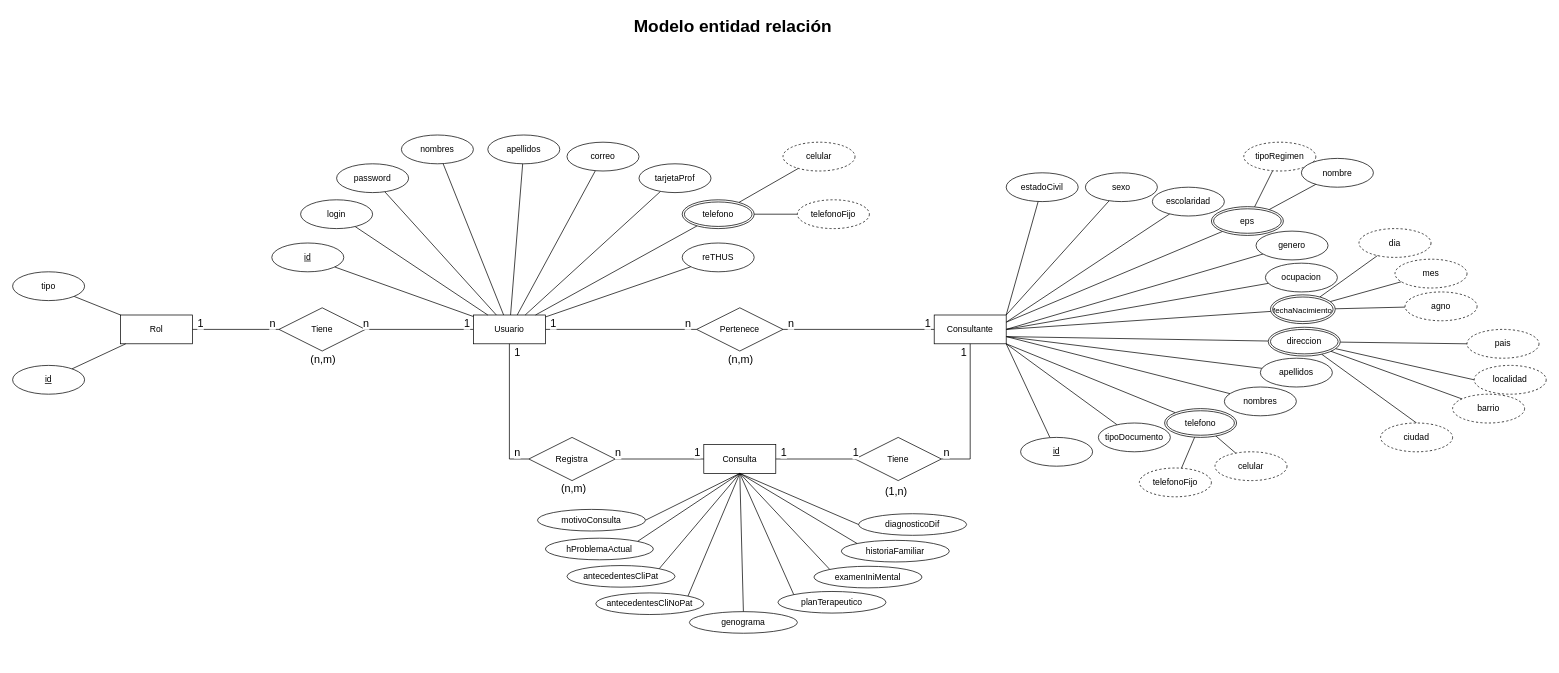
Above: page "D. Entidad Relación" (2 of 12) of Diagramas/Untitled Diagram.drawio in barloff2/Diagramas (draw.io), before the change. Source tidied: cells renumbered, new cells numbered last; positions are measured from the earlier drawing's top-left corner, leaving out a move shared by most shapes. Both pictures are drawn from the tidied source at 72%, with x=0, y=0 at pixel (12, 12).
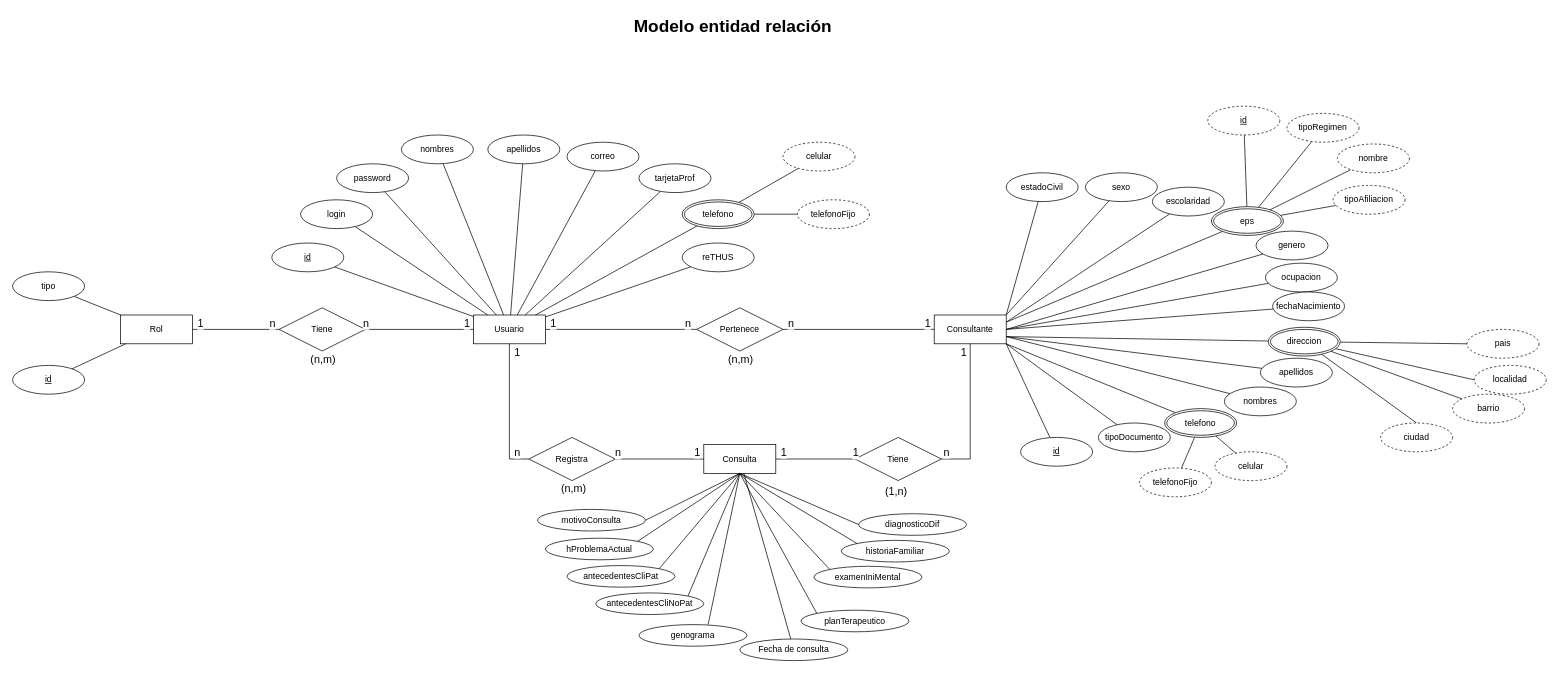
After the change.

Commit message:
quitando fecha

The change refers to these unchanged cells:
```xml
<mxCell id="69" value="eps" style="ellipse;shape=doubleEllipse;margin=3;whiteSpace=wrap;html=1;align=center;fontSize=12;" parent="1" vertex="1">
  <mxGeometry x="1665" y="269.5" width="100" height="40" as="geometry" />
</mxCell>
<mxCell id="95" value="Consulta" style="whiteSpace=wrap;html=1;align=center;" parent="1" vertex="1">
  <mxGeometry x="960" y="600" width="100" height="40" as="geometry" />
</mxCell>
```

What changed in the source:
```diff
@@
     <mxCell id="70" value="tipoRegimen" style="ellipse;whiteSpace=wrap;html=1;align=center;fontSize=12;dashed=1;" parent="1" vertex="1">
-      <mxGeometry x="1710" y="180" width="100" height="40" as="geometry" />
+      <mxGeometry x="1770" y="140" width="100" height="40" as="geometry" />
     </mxCell>
@@
-    <mxCell id="82" value="agno" style="ellipse;whiteSpace=wrap;html=1;align=center;dashed=1;" parent="1" vertex="1">
-      <mxGeometry x="1934" y="388" width="100" height="40" as="geometry" />
-    </mxCell>
-    <mxCell id="83" value="dia" style="ellipse;whiteSpace=wrap;html=1;align=center;dashed=1;" parent="1" vertex="1">
-      <mxGeometry x="1870" y="300" width="100" height="40" as="geometry" />
-    </mxCell>
-    <mxCell id="84" value="mes" style="ellipse;whiteSpace=wrap;html=1;align=center;dashed=1;" parent="1" vertex="1">
-      <mxGeometry x="1920" y="342.5" width="100" height="40" as="geometry" />
-    </mxCell>
-    <mxCell id="85" style="edgeStyle=none;rounded=0;jettySize=auto;html=1;fontSize=12;endArrow=none;endFill=0;" parent="1" edge="1" source="88" target="83">
-      <mxGeometry relative="1" as="geometry" />
-    </mxCell>
-    <mxCell id="86" style="edgeStyle=none;rounded=0;jettySize=auto;html=1;fontSize=12;endArrow=none;endFill=0;" parent="1" edge="1" source="88" target="84">
-      <mxGeometry relative="1" as="geometry" />
-    </mxCell>
-    <mxCell id="87" style="edgeStyle=none;rounded=0;jettySize=auto;html=1;fontSize=12;endArrow=none;endFill=0;" parent="1" edge="1" source="88" target="82">
-      <mxGeometry relative="1" as="geometry" />
-    </mxCell>
-    <mxCell id="88" value="&lt;font style=&quot;font-size: 11px&quot;&gt;fechaNacimiento&lt;/font&gt;" style="ellipse;shape=doubleEllipse;margin=3;whiteSpace=wrap;html=1;align=center;fontSize=15;" parent="1" vertex="1">
-      <mxGeometry x="1747" y="392" width="90" height="40" as="geometry" />
-    </mxCell>
@@
     <mxCell id="116" value="genograma" style="ellipse;whiteSpace=wrap;html=1;align=center;" parent="1" vertex="1">
-      <mxGeometry x="940" y="832" width="150" height="30" as="geometry" />
+      <mxGeometry x="870" y="850" width="150" height="30" as="geometry" />
     </mxCell>
@@
     <mxCell id="121" value="planTerapeutico" style="ellipse;whiteSpace=wrap;html=1;align=center;" parent="1" vertex="1">
-      <mxGeometry x="1063" y="804" width="150" height="30" as="geometry" />
+      <mxGeometry x="1095" y="830" width="150" height="30" as="geometry" />
     </mxCell>
@@
-    <mxCell id="128" style="endArrow=none;html=1;rounded=0;entryX=0.5;entryY=0;entryDx=0;entryDy=0;" parent="1" edge="1" target="116">
+    <mxCell id="128" style="endArrow=none;html=1;rounded=0;entryX=0.64;entryY=0;entryDx=0;entryDy=0;entryPerimeter=0;" parent="1" edge="1" target="116">
       <mxGeometry relative="1" as="geometry">
         <mxPoint x="1010" y="640" as="sourcePoint" />
       </mxGeometry>
     </mxCell>
@@
-    <mxCell id="130" value="&lt;div&gt;nombre&lt;/div&gt;" style="ellipse;whiteSpace=wrap;html=1;align=center;" parent="1" vertex="1">
-      <mxGeometry x="1790" y="202.5" width="100" height="40" as="geometry" />
+    <mxCell id="130" value="&lt;div&gt;nombre&lt;/div&gt;" style="ellipse;whiteSpace=wrap;html=1;align=center;dashed=1;" parent="1" vertex="1">
+      <mxGeometry x="1840" y="182.5" width="100" height="40" as="geometry" />
     </mxCell>
+    <mxCell id="131" style="edgeStyle=none;rounded=0;jettySize=auto;html=1;endArrow=none;endFill=0;" parent="1" edge="1" source="132" target="69">
+      <mxGeometry relative="1" as="geometry" />
+    </mxCell>
+    <mxCell id="132" value="id" style="ellipse;whiteSpace=wrap;html=1;align=center;fontStyle=4;dashed=1;" parent="1" vertex="1">
+      <mxGeometry x="1660" y="130" width="100" height="40" as="geometry" />
+    </mxCell>
+    <mxCell id="133" style="edgeStyle=none;rounded=0;jettySize=auto;html=1;endArrow=none;endFill=0;" parent="1" edge="1" source="134" target="69">
+      <mxGeometry relative="1" as="geometry" />
+    </mxCell>
+    <mxCell id="134" value="tipoAfiliacion" style="ellipse;whiteSpace=wrap;html=1;align=center;dashed=1;" parent="1" vertex="1">
+      <mxGeometry x="1834" y="240" width="100" height="40" as="geometry" />
+    </mxCell>
+    <mxCell id="88" value="fechaNacimiento" style="ellipse;whiteSpace=wrap;html=1;align=center;" parent="1" vertex="1">
+      <mxGeometry x="1750" y="388" width="100" height="40" as="geometry" />
+    </mxCell>
+    <mxCell id="135" style="edgeStyle=none;rounded=0;jettySize=auto;html=1;endArrow=none;endFill=0;" parent="1" edge="1" source="136" target="95">
+      <mxGeometry relative="1" as="geometry" />
+    </mxCell>
+    <mxCell id="136" value="Fecha de consulta" style="ellipse;whiteSpace=wrap;html=1;align=center;" parent="1" vertex="1">
+      <mxGeometry x="1010" y="870" width="150" height="30" as="geometry" />
+    </mxCell>
```
